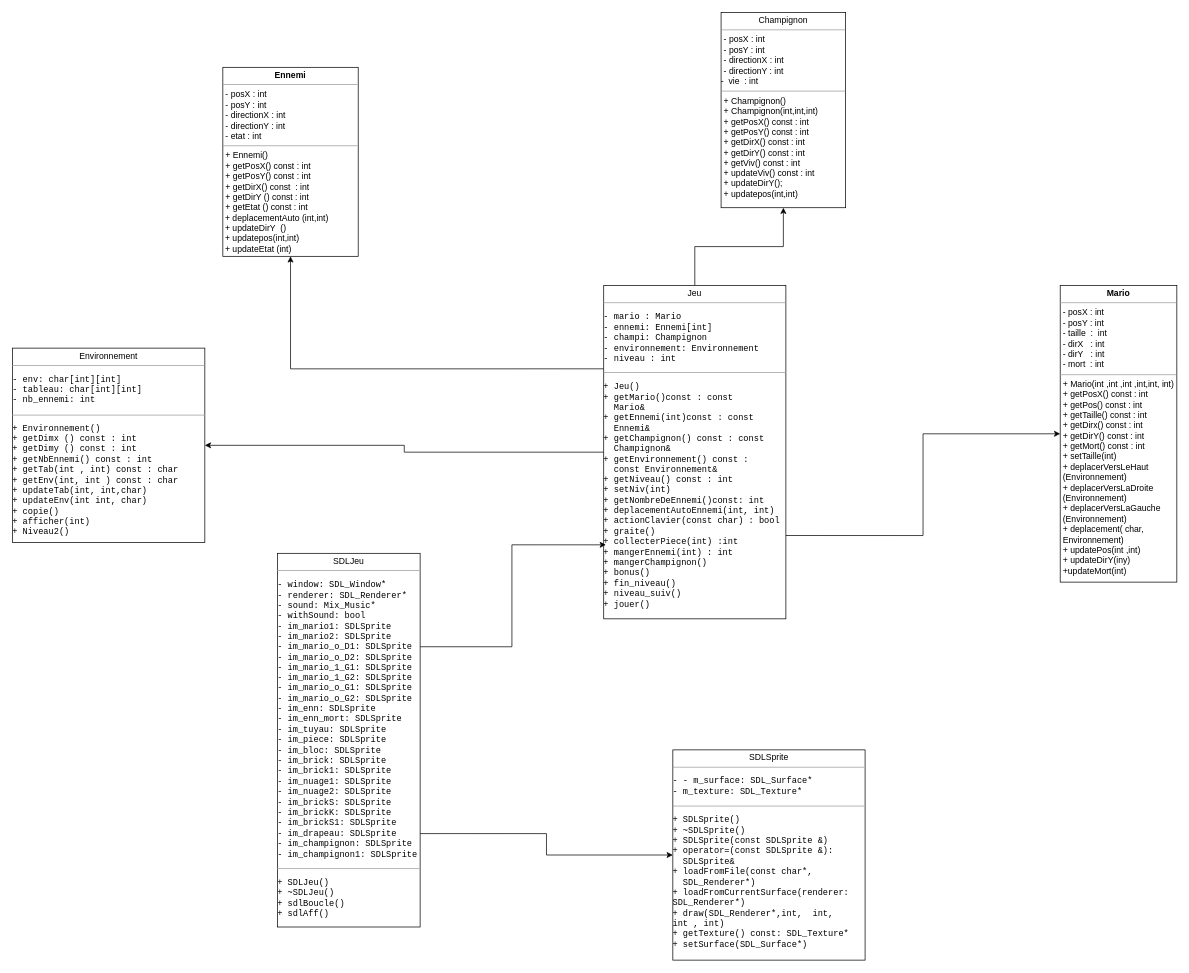
Before: Diagramme sans nom.drawio in Doaa2003/L2-informatique, a draw.io diagram. Source tidied: cells renumbered, new cells numbered last; positions are measured from the earlier drawing's top-left corner, leaving out a move shared by most shapes. Both pictures are drawn from the tidied source at 72%, with x=0, y=0 at pixel (12, 12).
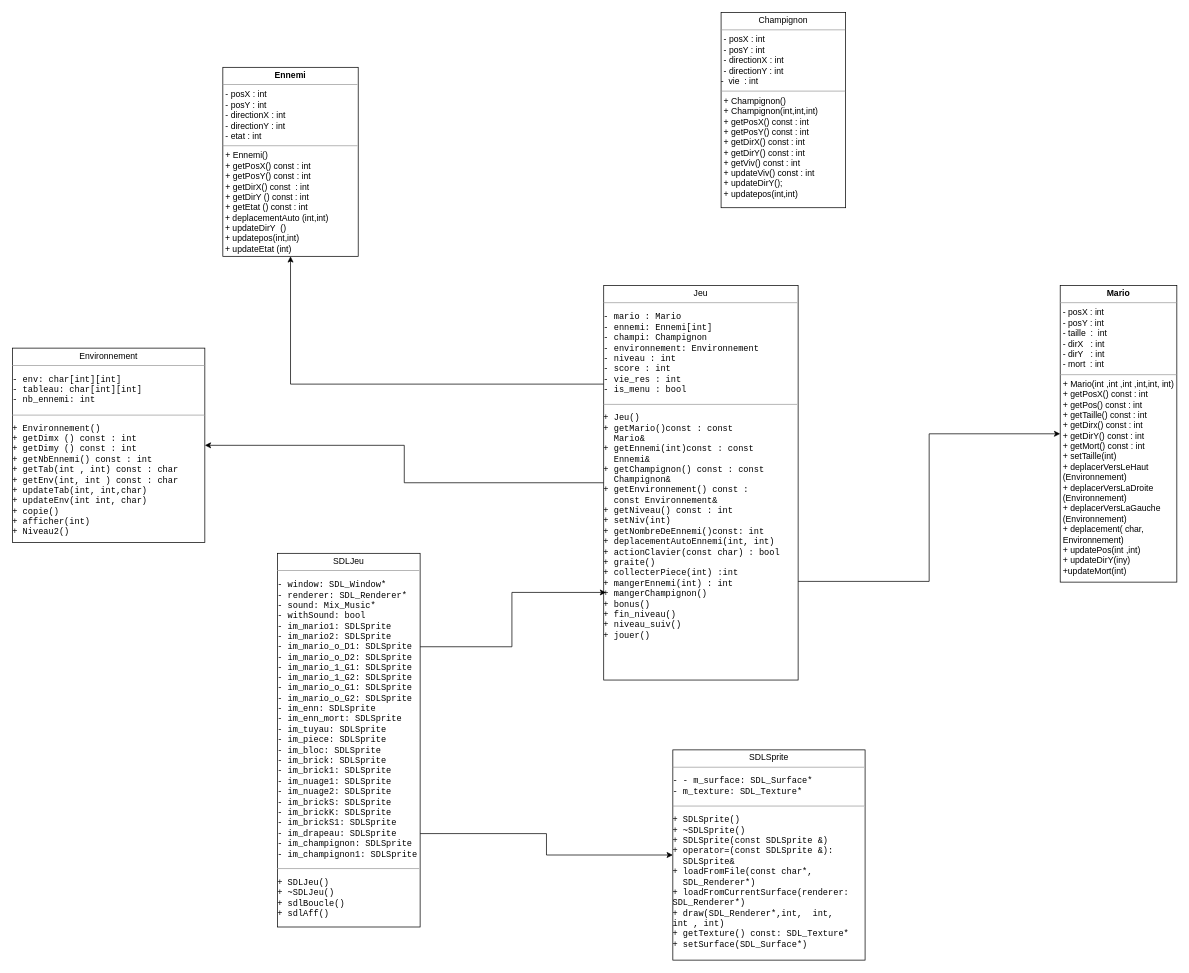
After the change.

Commit message:
Mettre à jour Diagramme sans nom.drawio

Change to the diagram source:
```diff
@@
 <mxGraphModel>
   <root>
     <mxCell id="0" />
     <mxCell id="1" parent="0" />
     <mxCell id="2" value="&lt;p style=&quot;margin:0px;margin-top:4px;text-align:center;&quot;&gt;&lt;b&gt;Mario&lt;/b&gt;&lt;/p&gt;&lt;hr size=&quot;1&quot;&gt;&lt;p style=&quot;margin:0px;margin-left:4px;&quot;&gt;- posX : int&lt;/p&gt;&lt;p style=&quot;margin:0px;margin-left:4px;&quot;&gt;- posY : int&lt;/p&gt;&lt;p style=&quot;margin:0px;margin-left:4px;&quot;&gt;- taille&amp;nbsp; :&amp;nbsp; int&lt;/p&gt;&lt;p style=&quot;margin:0px;margin-left:4px;&quot;&gt;- dirX&amp;nbsp;&amp;nbsp; : int &lt;br&gt;&lt;/p&gt;&lt;p style=&quot;margin:0px;margin-left:4px;&quot;&gt;- dirY&amp;nbsp;&amp;nbsp; : int &lt;br&gt;&lt;/p&gt;&lt;p style=&quot;margin:0px;margin-left:4px;&quot;&gt;- mort&amp;nbsp; : int &lt;br&gt;&lt;/p&gt;&lt;hr size=&quot;1&quot;&gt;&lt;p style=&quot;margin:0px;margin-left:4px;&quot;&gt;+ Mario(int ,int ,int ,int,int, int)&lt;/p&gt;&lt;p style=&quot;margin:0px;margin-left:4px;&quot;&gt;+ getPosX() const : int&lt;/p&gt;&lt;p style=&quot;margin:0px;margin-left:4px;&quot;&gt;+ getPos() const : int&lt;/p&gt;&lt;p style=&quot;margin:0px;margin-left:4px;&quot;&gt;+ getTaille() const : int&lt;br&gt;&lt;/p&gt;&lt;p style=&quot;margin:0px;margin-left:4px;&quot;&gt;+ getDirx() const : int &lt;br&gt;&lt;/p&gt;&lt;p style=&quot;margin:0px;margin-left:4px;&quot;&gt;+ getDirY() const : int &lt;br&gt;&lt;/p&gt;&lt;p style=&quot;margin:0px;margin-left:4px;&quot;&gt;&lt;span style=&quot;-webkit-text-size-adjust: auto;&quot;&gt;+ getMort() const : int&amp;nbsp; &amp;nbsp; &lt;br&gt;&lt;/span&gt;&lt;/p&gt;&lt;p style=&quot;margin:0px;margin-left:4px;&quot;&gt;&lt;span style=&quot;-webkit-text-size-adjust: auto;&quot;&gt;+ setTaille(int)&lt;br&gt;&lt;/span&gt;&lt;/p&gt;&lt;p style=&quot;margin:0px;margin-left:4px;&quot;&gt;&lt;span style=&quot;-webkit-text-size-adjust: auto;&quot;&gt;+ deplacerVersLeHaut (Environnement)&lt;br&gt;&lt;/span&gt;&lt;/p&gt;&lt;p style=&quot;margin:0px;margin-left:4px;&quot;&gt;&lt;span style=&quot;-webkit-text-size-adjust: auto;&quot;&gt;+ deplacerVersLaDroite (Environnement)&lt;/span&gt;&lt;/p&gt;&lt;p style=&quot;margin:0px;margin-left:4px;&quot;&gt;&lt;span style=&quot;-webkit-text-size-adjust: auto;&quot;&gt;+ deplacerVersLaGauche (Environnement)&lt;br&gt;&lt;/span&gt;&lt;/p&gt;&lt;p style=&quot;margin:0px;margin-left:4px;&quot;&gt;&lt;span style=&quot;-webkit-text-size-adjust: auto;&quot;&gt;+ deplacement( char, Environnement)&lt;br&gt;&lt;/span&gt;&lt;/p&gt;&lt;p style=&quot;margin:0px;margin-left:4px;&quot;&gt;&lt;span style=&quot;-webkit-text-size-adjust: auto;&quot;&gt;+ updatePos(int ,int)&amp;nbsp; &lt;br&gt;&lt;/span&gt;&lt;/p&gt;&lt;p style=&quot;margin:0px;margin-left:4px;&quot;&gt;+ updateDirY(iny)&lt;/p&gt;&lt;p style=&quot;margin:0px;margin-left:4px;&quot;&gt;+updateMort(int)&lt;br&gt;&lt;/p&gt;&lt;p style=&quot;margin:0px;margin-left:4px;&quot;&gt;&lt;br&gt;&lt;/p&gt;&lt;p style=&quot;margin:0px;margin-left:4px;&quot;&gt;&lt;br&gt;&lt;/p&gt;" style="verticalAlign=top;align=left;overflow=fill;html=1;whiteSpace=wrap;" parent="1" vertex="1">
       <mxGeometry x="1455" y="379" width="162" height="412" as="geometry" />
     </mxCell>
     <mxCell id="3" value="&lt;p style=&quot;margin:0px;margin-top:4px;text-align:center;&quot;&gt;&lt;b&gt;Ennemi&lt;/b&gt;&lt;/p&gt;&lt;hr size=&quot;1&quot;&gt;&lt;p style=&quot;margin:0px;margin-left:4px;&quot;&gt;- posX : int &lt;br&gt;&lt;/p&gt;&lt;p style=&quot;margin:0px;margin-left:4px;&quot;&gt;- posY : int&amp;nbsp;&lt;/p&gt;&lt;p style=&quot;margin:0px;margin-left:4px;&quot;&gt;- directionX : int&lt;/p&gt;&lt;p style=&quot;margin:0px;margin-left:4px;&quot;&gt;- directionY : int&lt;/p&gt;&lt;p style=&quot;margin:0px;margin-left:4px;&quot;&gt;- etat : int&lt;br&gt;&lt;/p&gt;&lt;hr size=&quot;1&quot;&gt;&lt;p style=&quot;margin:0px;margin-left:4px;&quot;&gt;+ Ennemi()&lt;/p&gt;&lt;p style=&quot;margin:0px;margin-left:4px;&quot;&gt;+ getPosX() const : int&lt;/p&gt;&lt;p style=&quot;margin:0px;margin-left:4px;&quot;&gt;+ getPosY() const : int&lt;/p&gt;&lt;p style=&quot;margin:0px;margin-left:4px;&quot;&gt;+ getDirX() const&amp;nbsp; : int&lt;/p&gt;&lt;p style=&quot;margin:0px;margin-left:4px;&quot;&gt;+ getDirY () const : int &lt;br&gt;&lt;/p&gt;&lt;p style=&quot;margin:0px;margin-left:4px;&quot;&gt;+ getEtat () const : int&lt;/p&gt;&lt;div&gt;&amp;nbsp;+ deplacementAuto (int,int)&lt;/div&gt;&lt;div&gt;&amp;nbsp;+ updateDirY&amp;nbsp; ()&lt;/div&gt;&lt;div&gt;&amp;nbsp;+ updatepos(int,int)&lt;/div&gt;&lt;div&gt;&amp;nbsp;+ updateEtat (int)&lt;br&gt;&lt;/div&gt;&lt;p style=&quot;margin:0px;margin-left:4px;&quot;&gt;&lt;br&gt;&lt;/p&gt;" style="verticalAlign=top;align=left;overflow=fill;html=1;whiteSpace=wrap;" parent="1" vertex="1">
       <mxGeometry x="292" y="76" width="188" height="262.5" as="geometry" />
     </mxCell>
     <mxCell id="4" value="&lt;p style=&quot;margin:0px;margin-top:4px;text-align:center;&quot;&gt;Champignon&lt;br&gt;&lt;/p&gt;&lt;hr size=&quot;1&quot;&gt;&lt;p style=&quot;margin:0px;margin-left:4px;&quot;&gt;- posX : int &lt;br&gt;&lt;/p&gt;&lt;p style=&quot;margin:0px;margin-left:4px;&quot;&gt;- posY : int&amp;nbsp;&lt;/p&gt;&lt;p style=&quot;margin:0px;margin-left:4px;&quot;&gt;- directionX : int&lt;/p&gt;&lt;p style=&quot;margin:0px;margin-left:4px;&quot;&gt;- directionY : int&lt;/p&gt;-&amp;nbsp; vie&amp;nbsp; : int&lt;p style=&quot;margin:0px;margin-left:4px;&quot;&gt;&lt;/p&gt;&lt;hr size=&quot;1&quot;&gt;&lt;p style=&quot;margin:0px;margin-left:4px;&quot;&gt;+ Champignon()&lt;/p&gt;&lt;p style=&quot;margin:0px;margin-left:4px;&quot;&gt;+ Champignon(int,int,int)&lt;/p&gt;&lt;p style=&quot;margin:0px;margin-left:4px;&quot;&gt;+ getPosX() const : int&lt;/p&gt;&lt;p style=&quot;margin:0px;margin-left:4px;&quot;&gt;+ getPosY() const : int &lt;br&gt;&lt;/p&gt;&lt;p style=&quot;margin:0px;margin-left:4px;&quot;&gt;+ getDirX() const : int&lt;/p&gt;&lt;p style=&quot;margin:0px;margin-left:4px;&quot;&gt;+ getDirY() const : int &lt;br&gt;&lt;/p&gt;&lt;p style=&quot;margin:0px;margin-left:4px;&quot;&gt;+ getViv() const : int&lt;/p&gt;&lt;p style=&quot;margin:0px;margin-left:4px;&quot;&gt;+ updateViv() const : int&lt;/p&gt;&lt;p style=&quot;margin:0px;margin-left:4px;&quot;&gt;+ updateDirY();&lt;/p&gt;&lt;p style=&quot;margin:0px;margin-left:4px;&quot;&gt;+ updatepos(int,int)&lt;br&gt;&lt;/p&gt;&lt;p style=&quot;margin:0px;margin-left:4px;&quot;&gt;&lt;br&gt;&lt;/p&gt;" style="verticalAlign=top;align=left;overflow=fill;html=1;whiteSpace=wrap;" parent="1" vertex="1">
       <mxGeometry x="984" width="173" height="271" as="geometry" />
     </mxCell>
     <mxCell id="5" value="&lt;p style=&quot;margin:0px;margin-top:4px;text-align:center;&quot;&gt;Environnement&lt;br&gt;&lt;/p&gt;&lt;hr size=&quot;1&quot;&gt;&lt;p style=&quot;margin:0px;margin-left:4px;&quot;&gt;&lt;/p&gt;&lt;pre style=&quot;-webkit-text-size-adjust: auto;&quot;&gt;&lt;code class=&quot;!whitespace-pre hljs language-markdown&quot;&gt;&lt;pre&gt;&lt;code class=&quot;!whitespace-pre hljs language-markdown&quot;&gt;- env: char[int][int]&lt;br&gt;- tableau: char[int][int]&lt;br&gt;- nb_ennemi: int&lt;br&gt;&lt;/code&gt;&lt;/pre&gt;&lt;/code&gt;&lt;/pre&gt;&lt;hr size=&quot;1&quot;&gt;&lt;pre style=&quot;-webkit-text-size-adjust: auto;&quot;&gt;&lt;code class=&quot;!whitespace-pre hljs language-markdown&quot;&gt;&lt;pre&gt;&lt;code class=&quot;!whitespace-pre hljs language-markdown&quot;&gt;+ Environnement()&lt;br&gt;+ getDimx () const : int&lt;br&gt;+ getDimy () const : int &lt;br&gt;+ getNbEnnemi() const : int &lt;br&gt;+ getTab(int , int) const : char&lt;br&gt;+ getEnv(int, int ) const : char&lt;br&gt;+ updateTab(int, int,char) &lt;br&gt;+ updateEnv(int int, char)&lt;br&gt;+ copie()&lt;br&gt;+ afficher(int)&lt;br&gt;+ Niveau2()&lt;br&gt;&lt;/code&gt;&lt;/pre&gt;&lt;/code&gt;&lt;br&gt;&lt;/pre&gt;" style="verticalAlign=top;align=left;overflow=fill;html=1;whiteSpace=wrap;" parent="1" vertex="1">
       <mxGeometry y="466" width="267" height="270" as="geometry" />
     </mxCell>
     <mxCell id="6" style="edgeStyle=orthogonalEdgeStyle;rounded=0;jettySize=auto;html=1;entryX=1;entryY=0.5;entryDx=0;entryDy=0;" parent="1" edge="1" source="10" target="5">
       <mxGeometry relative="1" as="geometry" />
     </mxCell>
-    <mxCell id="7" style="edgeStyle=orthogonalEdgeStyle;rounded=0;jettySize=auto;html=1;entryX=0.5;entryY=1;entryDx=0;entryDy=0;" parent="1" edge="1" source="10" target="4">
-      <mxGeometry relative="1" as="geometry" />
-    </mxCell>
     <mxCell id="8" style="edgeStyle=orthogonalEdgeStyle;rounded=0;jettySize=auto;html=1;exitX=0;exitY=0.25;exitDx=0;exitDy=0;" parent="1" edge="1" source="10" target="3">
       <mxGeometry relative="1" as="geometry" />
     </mxCell>
     <mxCell id="9" style="edgeStyle=orthogonalEdgeStyle;rounded=0;jettySize=auto;html=1;exitX=1;exitY=0.75;exitDx=0;exitDy=0;entryX=0;entryY=0.5;entryDx=0;entryDy=0;" parent="1" edge="1" source="10" target="2">
       <mxGeometry relative="1" as="geometry" />
     </mxCell>
-    <mxCell id="10" value="&lt;p style=&quot;margin:0px;margin-top:4px;text-align:center;&quot;&gt;Jeu&lt;/p&gt;&lt;hr size=&quot;1&quot;&gt;&lt;p style=&quot;margin:0px;margin-left:4px;&quot;&gt;&lt;/p&gt;&lt;pre style=&quot;-webkit-text-size-adjust: auto;&quot;&gt;&lt;code class=&quot;!whitespace-pre hljs language-markdown&quot;&gt;- mario : Mario &lt;br&gt;- ennemi: Ennemi[int] &lt;br&gt;- champi: Champignon&lt;br&gt;- environnement: Environnement&lt;br&gt;- niveau : int        &lt;/code&gt;&lt;/pre&gt;&lt;hr size=&quot;1&quot;&gt;&lt;pre style=&quot;-webkit-text-size-adjust: auto;&quot;&gt;&lt;code class=&quot;!whitespace-pre hljs language-markdown&quot;&gt;+ Jeu()&lt;br&gt;+ getMario()const : const &lt;br&gt;  Mario&amp;amp;&lt;br&gt;+ getEnnemi(int)const : const &lt;br&gt;  Ennemi&amp;amp;&lt;br&gt;+ getChampignon() const : const&lt;br&gt;  Champignon&amp;amp;&lt;br&gt;+ getEnvironnement() const : &lt;br&gt;  const Environnement&amp;amp;&lt;br&gt;+ getNiveau() const : int&lt;br&gt;&lt;/code&gt;+ setNiv(int) &lt;br&gt;+ getNombreDeEnnemi()const: int&lt;br&gt;+ deplacementAutoEnnemi(int, int)&lt;br&gt;+ actionClavier(const char) : bool&lt;br&gt;+ graite()&lt;br&gt;+ collecterPiece(int) :int&lt;br&gt;+ mangerEnnemi(int) : int&lt;br&gt;+ mangerChampignon()&lt;br&gt;+ bonus()&lt;br&gt;+ fin_niveau()&lt;br&gt;+ niveau_suiv()&lt;br&gt;+ jouer() &lt;br&gt;&lt;br&gt;&lt;/pre&gt;" style="verticalAlign=top;align=left;overflow=fill;html=1;whiteSpace=wrap;" parent="1" vertex="1">
-      <mxGeometry x="821" y="379" width="253" height="463" as="geometry" />
+    <mxCell id="10" value="&lt;p style=&quot;margin:0px;margin-top:4px;text-align:center;&quot;&gt;Jeu&lt;/p&gt;&lt;hr size=&quot;1&quot;&gt;&lt;p style=&quot;margin:0px;margin-left:4px;&quot;&gt;&lt;/p&gt;&lt;pre style=&quot;-webkit-text-size-adjust: auto;&quot;&gt;&lt;code class=&quot;!whitespace-pre hljs language-markdown&quot;&gt;- mario : Mario &lt;br&gt;- ennemi: Ennemi[int] &lt;br&gt;- champi: Champignon&lt;br&gt;- environnement: Environnement&lt;br&gt;- niveau : int&lt;br&gt;- score : int &lt;br&gt;- vie_res : int &lt;br&gt;- is_menu : bool &lt;br&gt;&lt;/code&gt;&lt;/pre&gt;&lt;hr size=&quot;1&quot;&gt;&lt;pre style=&quot;-webkit-text-size-adjust: auto;&quot;&gt;&lt;code class=&quot;!whitespace-pre hljs language-markdown&quot;&gt;+ Jeu()&lt;br&gt;+ getMario()const : const &lt;br&gt;  Mario&amp;amp;&lt;br&gt;+ getEnnemi(int)const : const &lt;br&gt;  Ennemi&amp;amp;&lt;br&gt;+ getChampignon() const : const&lt;br&gt;  Champignon&amp;amp;&lt;br&gt;+ getEnvironnement() const : &lt;br&gt;  const Environnement&amp;amp;&lt;br&gt;+ getNiveau() const : int&lt;br&gt;&lt;/code&gt;+ setNiv(int) &lt;br&gt;+ getNombreDeEnnemi()const: int&lt;br&gt;+ deplacementAutoEnnemi(int, int)&lt;br&gt;+ actionClavier(const char) : bool&lt;br&gt;+ graite()&lt;br&gt;+ collecterPiece(int) :int&lt;br&gt;+ mangerEnnemi(int) : int&lt;br&gt;+ mangerChampignon()&lt;br&gt;+ bonus()&lt;br&gt;+ fin_niveau()&lt;br&gt;+ niveau_suiv()&lt;br&gt;+ jouer() &lt;br&gt;&lt;br&gt;&lt;/pre&gt;" style="verticalAlign=top;align=left;overflow=fill;html=1;whiteSpace=wrap;" parent="1" vertex="1">
+      <mxGeometry x="821" y="379" width="270" height="548" as="geometry" />
     </mxCell>
     <mxCell id="11" value="&lt;p style=&quot;margin:0px;margin-top:4px;text-align:center;&quot;&gt;SDLSprite&lt;br&gt;&lt;/p&gt;&lt;hr size=&quot;1&quot;&gt;&lt;p style=&quot;margin:0px;margin-left:4px;&quot;&gt;&lt;/p&gt;&lt;pre style=&quot;-webkit-text-size-adjust: auto;&quot;&gt;&lt;code class=&quot;!whitespace-pre hljs language-markdown&quot;&gt;&lt;pre&gt;&lt;code class=&quot;!whitespace-pre hljs language-markdown&quot;&gt;&lt;pre&gt;&lt;code class=&quot;!whitespace-pre hljs language-markdown&quot;&gt;- &lt;/code&gt;&lt;code class=&quot;!whitespace-pre hljs language-plaintext&quot;&gt;- m_surface: SDL_Surface* &lt;br&gt;- m_texture: SDL_Texture* &lt;/code&gt;&lt;/pre&gt;&lt;/code&gt;&lt;/pre&gt;&lt;/code&gt;&lt;/pre&gt;&lt;hr size=&quot;1&quot;&gt;&lt;pre style=&quot;-webkit-text-size-adjust: auto;&quot;&gt;&lt;code class=&quot;!whitespace-pre hljs language-plaintext&quot;&gt;+ SDLSprite()&lt;br&gt;+ ~SDLSprite()&lt;br&gt;+ SDLSprite(const SDLSprite &amp;amp;) &lt;br&gt;+ operator=(const SDLSprite &amp;amp;): &lt;br&gt;  SDLSprite&amp;amp;&lt;br&gt;+ loadFromFile(const char*,&lt;br&gt;  SDL_Renderer*)&lt;br&gt;+ loadFromCurrentSurface(renderer: &lt;br&gt;SDL_Renderer*) &lt;br&gt;+ draw(SDL_Renderer*,int,  int,&lt;br&gt;int , int)&lt;br&gt;+ getTexture() const: SDL_Texture*&lt;br&gt;+ setSurface(SDL_Surface*)&lt;/code&gt;&lt;/pre&gt;" style="verticalAlign=top;align=left;overflow=fill;html=1;whiteSpace=wrap;" parent="1" vertex="1">
       <mxGeometry x="917" y="1024" width="267" height="292" as="geometry" />
     </mxCell>
     <mxCell id="12" style="edgeStyle=orthogonalEdgeStyle;rounded=0;jettySize=auto;html=1;exitX=1;exitY=0.25;exitDx=0;exitDy=0;entryX=0.012;entryY=0.778;entryDx=0;entryDy=0;entryPerimeter=0;" parent="1" edge="1" source="14" target="10">
       <mxGeometry relative="1" as="geometry" />
     </mxCell>
     <mxCell id="13" style="edgeStyle=orthogonalEdgeStyle;rounded=0;jettySize=auto;html=1;exitX=1;exitY=0.75;exitDx=0;exitDy=0;entryX=0;entryY=0.5;entryDx=0;entryDy=0;" parent="1" edge="1" source="14" target="11">
       <mxGeometry relative="1" as="geometry" />
     </mxCell>
     <mxCell id="14" value="&lt;p style=&quot;margin:0px;margin-top:4px;text-align:center;&quot;&gt;SDLJeu&lt;br&gt;&lt;/p&gt;&lt;hr size=&quot;1&quot;&gt;&lt;p style=&quot;margin:0px;margin-left:4px;&quot;&gt;&lt;/p&gt;&lt;pre style=&quot;-webkit-text-size-adjust: auto;&quot;&gt;&lt;code class=&quot;!whitespace-pre hljs language-markdown&quot;&gt;&lt;pre&gt;&lt;code class=&quot;!whitespace-pre hljs language-markdown&quot;&gt;&lt;pre&gt;&lt;code class=&quot;!whitespace-pre hljs language-markdown&quot;&gt;-&lt;/code&gt;&lt;code class=&quot;!whitespace-pre hljs language-plaintext&quot;&gt; window: SDL_Window*&lt;br&gt;- renderer: SDL_Renderer*&lt;br&gt;- sound: Mix_Music*&lt;br&gt;- withSound: bool&lt;br&gt;- im_mario1: SDLSprite&lt;br&gt;- im_mario2: SDLSprite&lt;br&gt;- im_mario_o_D1: SDLSprite&lt;br&gt;- im_mario_o_D2: SDLSprite&lt;br&gt;- im_mario_1_G1: SDLSprite&lt;br&gt;- im_mario_1_G2: SDLSprite&lt;br&gt;- im_mario_o_G1: SDLSprite&lt;br&gt;- im_mario_o_G2: SDLSprite&lt;br&gt;- im_enn: SDLSprite&lt;br&gt;- im_enn_mort: SDLSprite&lt;br&gt;- im_tuyau: SDLSprite&lt;br&gt;- im_piece: SDLSprite&lt;br&gt;- im_bloc: SDLSprite&lt;br&gt;- im_brick: SDLSprite&lt;br&gt;- im_brick1: SDLSprite&lt;br&gt;- im_nuage1: SDLSprite&lt;br&gt;- im_nuage2: SDLSprite&lt;br&gt;- im_brickS: SDLSprite&lt;br&gt;- im_brickK: SDLSprite&lt;br&gt;- im_brickS1: SDLSprite&lt;br&gt;- im_drapeau: SDLSprite&lt;br&gt;- im_champignon: SDLSprite&lt;br&gt;- im_champignon1: SDLSprite&lt;/code&gt;&lt;/pre&gt;&lt;/code&gt;&lt;/pre&gt;&lt;/code&gt;&lt;/pre&gt;&lt;hr size=&quot;1&quot;&gt;&lt;pre style=&quot;-webkit-text-size-adjust: auto;&quot;&gt;&lt;code class=&quot;!whitespace-pre hljs language-plaintext&quot;&gt;+ SDLJeu()&lt;br/&gt;+ ~SDLJeu()&lt;br/&gt;+ sdlBoucle()&lt;br/&gt;+ sdlAff()&lt;/code&gt;&lt;/pre&gt;" style="verticalAlign=top;align=left;overflow=fill;html=1;whiteSpace=wrap;" parent="1" vertex="1">
       <mxGeometry x="368" y="751" width="198" height="519" as="geometry" />
     </mxCell>
   </root>
 </mxGraphModel>
```
